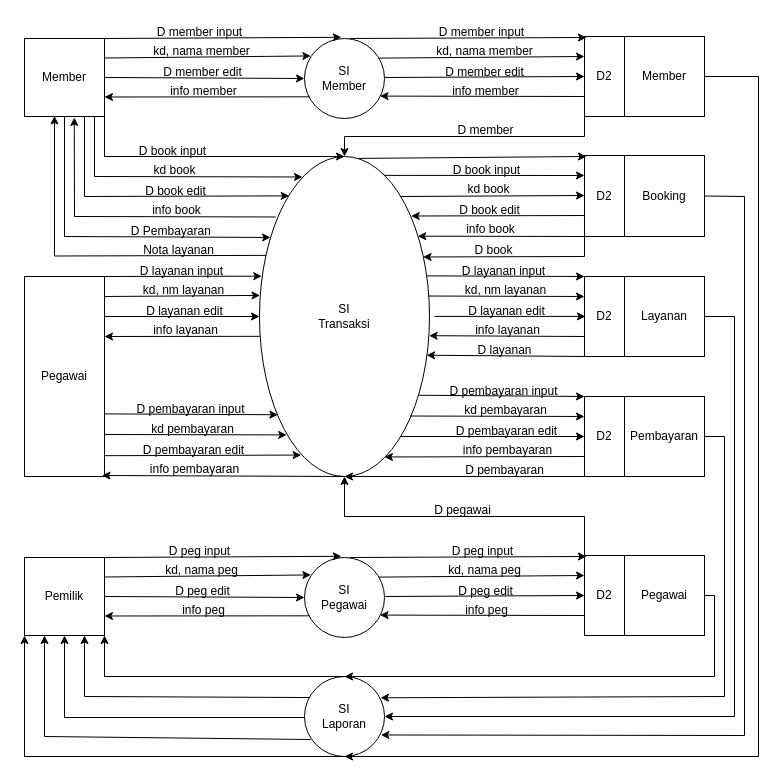
Above: page "level 0" (1 of 3) of BarbershopDFD 0.drawio in yogadwipayana/ERD (draw.io), before the change. Source tidied: cells renumbered, new cells numbered last; positions are measured from the earlier drawing's top-left corner, leaving out a move shared by most shapes. Both pictures are drawn from the tidied source at 100%, with x=0, y=0 at pixel (24, 17).
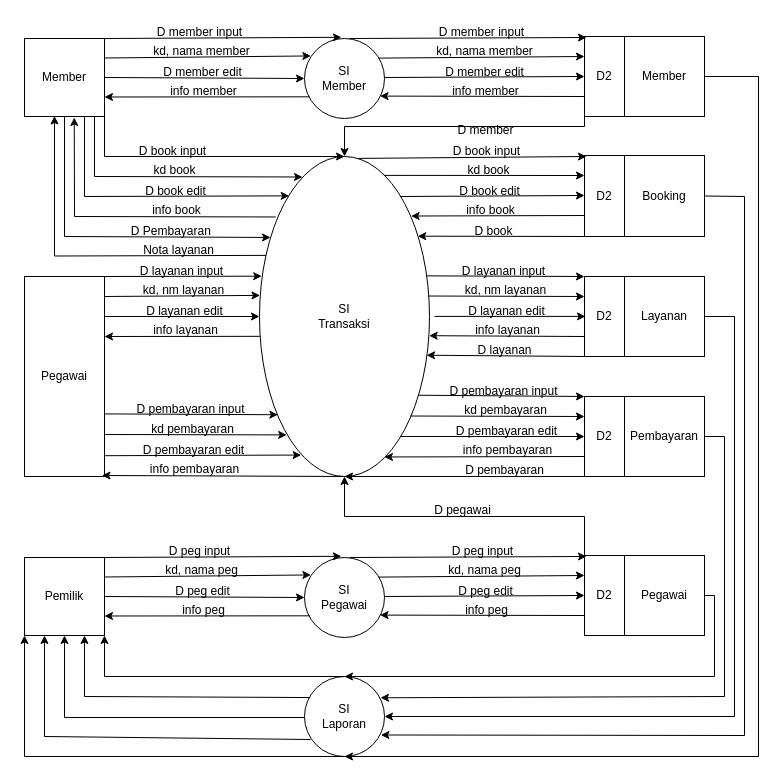
After the change.

Unchanged cells that the change refers to:
```xml
<mxCell id="5" value="D2" style="rounded=0;whiteSpace=wrap;html=1;" parent="1" vertex="1">
  <mxGeometry x="560" y="19" width="40" height="80" as="geometry" />
</mxCell>
<mxCell id="7" value="SI&lt;div&gt;Transaksi&lt;/div&gt;" style="ellipse;whiteSpace=wrap;html=1;" parent="1" vertex="1">
  <mxGeometry x="235" y="139" width="170" height="320" as="geometry" />
</mxCell>
<mxCell id="11" value="D2" style="rounded=0;whiteSpace=wrap;html=1;" parent="1" vertex="1">
  <mxGeometry x="560" y="138" width="40" height="81" as="geometry" />
</mxCell>
```

The edit, as a diff of the source:
```diff
@@
     <mxCell id="43" value="D book input" style="text;html=1;align=center;verticalAlign=middle;strokeColor=none;fillColor=none;" parent="1" vertex="1">
-      <mxGeometry x="417" y="138" width="90" height="30" as="geometry" />
+      <mxGeometry x="417" y="119" width="90" height="30" as="geometry" />
     </mxCell>
     <mxCell id="44" value="kd book" style="text;html=1;align=center;verticalAlign=middle;strokeColor=none;fillColor=none;" parent="1" vertex="1">
-      <mxGeometry x="429" y="157" width="70" height="30" as="geometry" />
+      <mxGeometry x="429" y="138" width="70" height="30" as="geometry" />
     </mxCell>
     <mxCell id="45" value="D book edit" style="text;html=1;align=center;verticalAlign=middle;strokeColor=none;fillColor=none;" parent="1" vertex="1">
-      <mxGeometry x="425" y="178" width="80" height="30" as="geometry" />
+      <mxGeometry x="425" y="159" width="80" height="30" as="geometry" />
     </mxCell>
     <mxCell id="46" value="info book" style="text;html=1;align=center;verticalAlign=middle;strokeColor=none;fillColor=none;" parent="1" vertex="1">
-      <mxGeometry x="431" y="197" width="70" height="30" as="geometry" />
+      <mxGeometry x="431" y="178" width="70" height="30" as="geometry" />
     </mxCell>
@@
     <mxCell id="73" value="D book" style="text;html=1;align=center;verticalAlign=middle;strokeColor=none;fillColor=none;" parent="1" vertex="1">
-      <mxGeometry x="439" y="218" width="60" height="30" as="geometry" />
+      <mxGeometry x="439" y="199" width="60" height="30" as="geometry" />
     </mxCell>
@@
-    <mxCell id="122" style="endArrow=classic;html=1;rounded=0;exitX=0;exitY=1;exitDx=0;exitDy=0;entryX=0.962;entryY=0.314;entryDx=0;entryDy=0;entryPerimeter=0;" parent="1" edge="1" source="11" target="7">
-      <mxGeometry relative="1" as="geometry">
-        <Array as="points">
-          <mxPoint x="560" y="239" />
-        </Array>
-      </mxGeometry>
-    </mxCell>
     <mxCell id="123" style="endArrow=classic;html=1;rounded=0;exitX=0;exitY=1;exitDx=0;exitDy=0;entryX=0.5;entryY=0;entryDx=0;entryDy=0;" parent="1" edge="1" source="5" target="7">
       <mxGeometry relative="1" as="geometry">
         <Array as="points">
-          <mxPoint x="560" y="119" />
-          <mxPoint x="320" y="119" />
+          <mxPoint x="560" y="109" />
+          <mxPoint x="320" y="109" />
         </Array>
       </mxGeometry>
     </mxCell>
```
